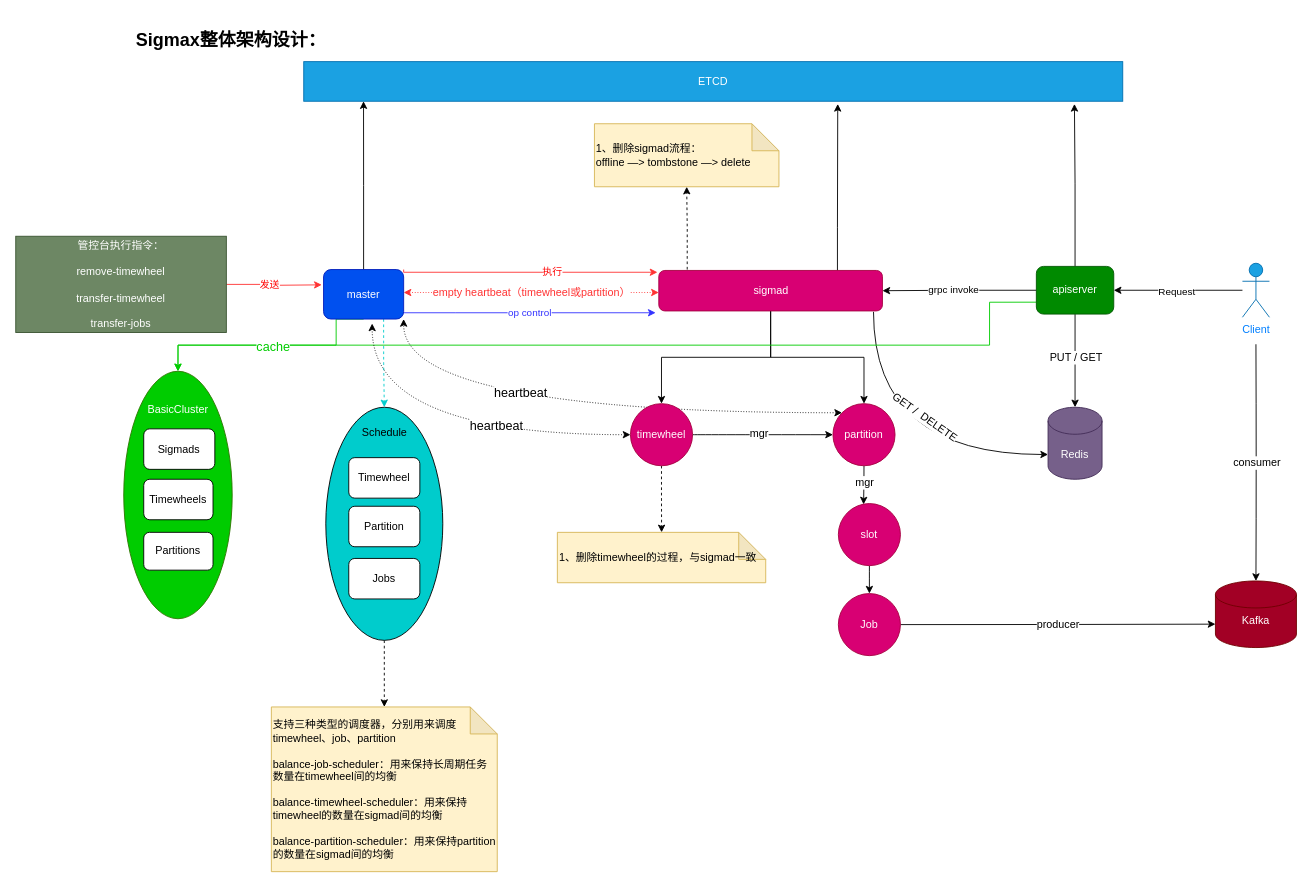
Above: sigmax.drawio in gitcodeporter/draw-uml (draw.io), before the change. Source tidied: cells renumbered, new cells numbered last; positions are measured from the earlier drawing's top-left corner, leaving out a move shared by most shapes. Both pictures are drawn from the tidied source at 90%, with x=0, y=0 at pixel (15, 15).
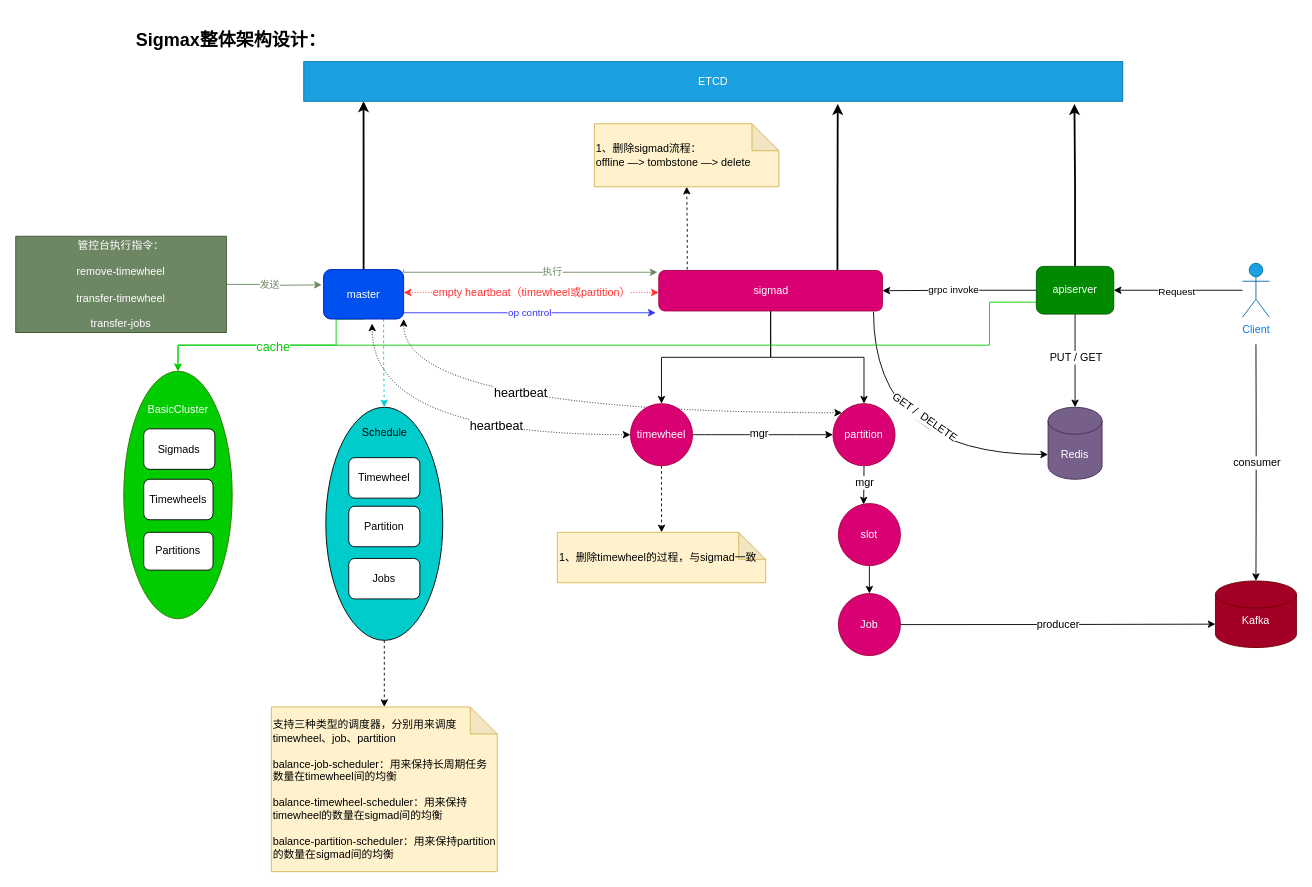
After the change.

Unchanged cells that the change refers to:
```xml
<mxCell id="10" value="master" style="rounded=1;whiteSpace=wrap;html=1;fillColor=#0050ef;strokeColor=#001DBC;fontColor=#ffffff;" parent="1" vertex="1">
  <mxGeometry x="342" y="282" width="89" height="55" as="geometry" />
</mxCell>
<mxCell id="17" value="sigmad" style="rounded=1;whiteSpace=wrap;html=1;fillColor=#d80073;strokeColor=#A50040;fontColor=#ffffff;" parent="1" vertex="1">
  <mxGeometry x="714.5" y="283" width="248.5" height="45" as="geometry" />
</mxCell>
<mxCell id="25" value="apiserver" style="rounded=1;whiteSpace=wrap;html=1;fillColor=#008a00;strokeColor=#005700;fontColor=#ffffff;" parent="1" vertex="1">
  <mxGeometry x="1134" y="278.5" width="86" height="53" as="geometry" />
</mxCell>
<mxCell id="62" value="ETCD" style="rounded=0;whiteSpace=wrap;html=1;fontSize=12;fontColor=#ffffff;strokeColor=#006EAF;align=center;verticalAlign=middle;fillColor=#1ba1e2;" parent="1" vertex="1">
  <mxGeometry x="320" y="51" width="910" height="44" as="geometry" />
</mxCell>
```

The edit, as a diff of the source:
```diff
@@
-    <mxCell id="4" style="edgeStyle=orthogonalEdgeStyle;rounded=0;jettySize=auto;html=1;exitX=1;exitY=0;exitDx=0;exitDy=0;strokeColor=#FF3333;" parent="1" edge="1" source="10">
+    <mxCell id="4" style="edgeStyle=orthogonalEdgeStyle;rounded=0;jettySize=auto;html=1;exitX=1;exitY=0;exitDx=0;exitDy=0;strokeColor=#6D8764;" parent="1" edge="1" source="10">
       <mxGeometry relative="1" as="geometry">
         <mxPoint x="713" y="285" as="targetPoint" />
         <Array as="points">
           <mxPoint x="431" y="285" />
         </Array>
       </mxGeometry>
     </mxCell>
-    <mxCell id="5" value="执行" style="edgeLabel;html=1;align=center;verticalAlign=middle;fontColor=#FF0000;" parent="4" vertex="1">
+    <mxCell id="5" value="执行" style="edgeLabel;html=1;align=center;verticalAlign=middle;fontColor=#6D8764;" parent="4" vertex="1">
       <mxGeometry x="0.17" y="1" relative="1" as="geometry" />
     </mxCell>
@@
-    <mxCell id="9" style="edgeStyle=orthogonalEdgeStyle;rounded=0;jettySize=auto;html=1;entryX=0.073;entryY=1;entryDx=0;entryDy=0;entryPerimeter=0;fontSize=12;fontColor=#000000;startArrow=none;startFill=0;strokeColor=#000000;" parent="1" edge="1" source="10" target="62">
+    <mxCell id="9" style="edgeStyle=orthogonalEdgeStyle;rounded=0;jettySize=auto;html=1;entryX=0.073;entryY=1;entryDx=0;entryDy=0;entryPerimeter=0;fontSize=12;fontColor=#000000;startArrow=none;startFill=0;strokeColor=#000000;strokeWidth=2;" parent="1" edge="1" source="10" target="62">
       <mxGeometry relative="1" as="geometry" />
     </mxCell>
@@
-    <mxCell id="14" style="edgeStyle=orthogonalEdgeStyle;rounded=0;jettySize=auto;html=1;entryX=0.652;entryY=1.068;entryDx=0;entryDy=0;entryPerimeter=0;fontSize=12;fontColor=#000000;startArrow=none;startFill=0;strokeColor=#000000;" parent="1" edge="1" source="17" target="62">
+    <mxCell id="14" style="edgeStyle=orthogonalEdgeStyle;rounded=0;jettySize=auto;html=1;entryX=0.652;entryY=1.068;entryDx=0;entryDy=0;entryPerimeter=0;fontSize=12;fontColor=#000000;startArrow=none;startFill=0;strokeColor=#000000;strokeWidth=2;" parent="1" edge="1" source="17" target="62">
       <mxGeometry relative="1" as="geometry">
         <Array as="points">
           <mxPoint x="913" y="235" />
           <mxPoint x="913" y="235" />
         </Array>
       </mxGeometry>
     </mxCell>
@@
-    <mxCell id="22" style="edgeStyle=orthogonalEdgeStyle;rounded=0;jettySize=auto;html=1;entryX=0.941;entryY=1.068;entryDx=0;entryDy=0;entryPerimeter=0;fontSize=12;fontColor=#000000;startArrow=none;startFill=0;strokeColor=#000000;" parent="1" edge="1" source="25" target="62">
+    <mxCell id="22" style="edgeStyle=orthogonalEdgeStyle;rounded=0;jettySize=auto;html=1;entryX=0.941;entryY=1.068;entryDx=0;entryDy=0;entryPerimeter=0;fontSize=12;fontColor=#000000;startArrow=none;startFill=0;strokeColor=#000000;strokeWidth=2;" parent="1" edge="1" source="25" target="62">
       <mxGeometry relative="1" as="geometry" />
     </mxCell>
@@
-    <mxCell id="37" style="edgeStyle=orthogonalEdgeStyle;rounded=0;jettySize=auto;html=1;strokeColor=#FF3333;" parent="1" edge="1" source="39">
+    <mxCell id="37" style="edgeStyle=orthogonalEdgeStyle;rounded=0;jettySize=auto;html=1;strokeColor=#6D8764;" parent="1" edge="1" source="39">
       <mxGeometry relative="1" as="geometry">
         <mxPoint x="340" y="299" as="targetPoint" />
       </mxGeometry>
     </mxCell>
-    <mxCell id="38" value="发送" style="edgeLabel;html=1;align=center;verticalAlign=middle;fontColor=#FF0000;" parent="37" vertex="1">
+    <mxCell id="38" value="发送" style="edgeLabel;html=1;align=center;verticalAlign=middle;fontColor=#6D8764;" parent="37" vertex="1">
       <mxGeometry x="-0.12" relative="1" as="geometry" />
     </mxCell>
-    <mxCell id="39" value="管控台执行指令：&lt;br&gt;&lt;br&gt;remove-timewheel&lt;br&gt;&lt;br&gt;transfer-timewheel&lt;br&gt;&lt;br&gt;transfer-jobs" style="rounded=0;whiteSpace=wrap;html=1;strokeColor=#3A5431;fillColor=#6d8764;fontColor=#ffffff;" parent="1" vertex="1">
+    <mxCell id="39" value="管控台执行指令：&lt;br&gt;&lt;br&gt;remove-timewheel&lt;br&gt;&lt;br&gt;transfer-timewheel&lt;br&gt;&lt;br&gt;transfer-jobs" style="rounded=0;whiteSpace=wrap;html=1;strokeColor=#3A5431;fontColor=#ffffff;fillColor=#6D8764;" parent="1" vertex="1">
       <mxGeometry y="245" width="234" height="107" as="geometry" />
     </mxCell>
```
